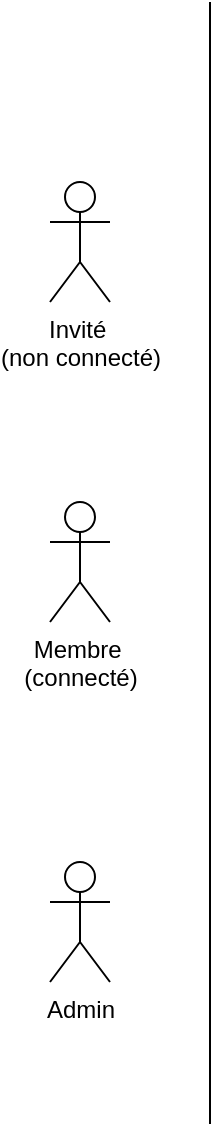
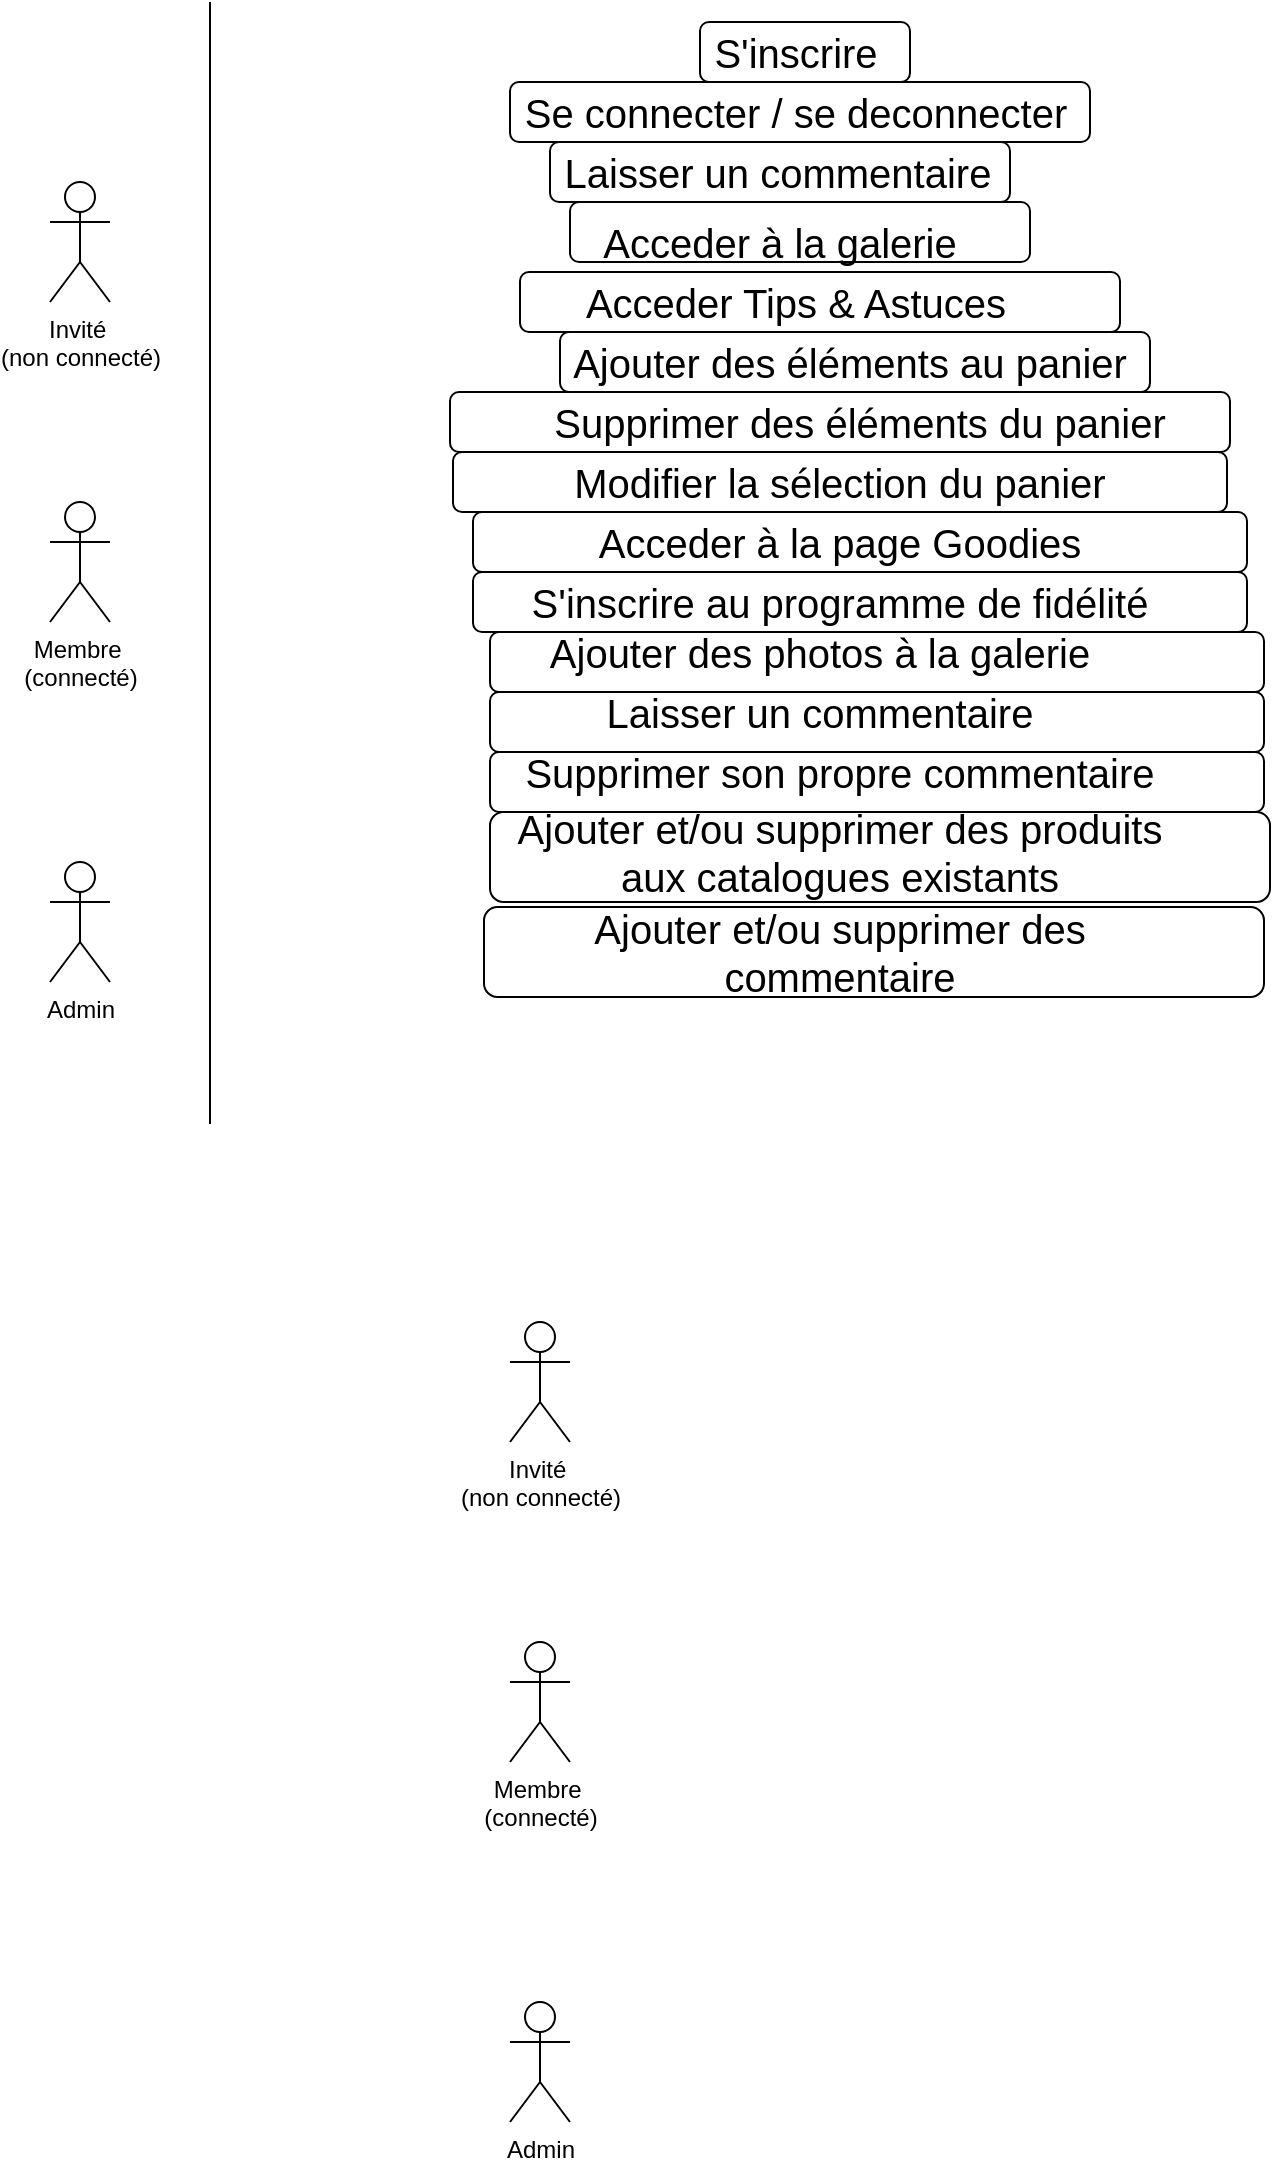
<mxfile host="app.diagrams.net">
  <diagram name="Page-1" id="Pb7PSRYx-VCgsQvfo_fu">
-     <mxGraphModel dx="860" dy="465" grid="1" gridSize="10" guides="1" tooltips="1" connect="1" arrows="1" fold="1" page="1" pageScale="1" pageWidth="827" pageHeight="1169" math="0" shadow="0">
+     <mxGraphModel dx="1075" dy="581" grid="1" gridSize="10" guides="1" tooltips="1" connect="1" arrows="1" fold="1" page="1" pageScale="1" pageWidth="827" pageHeight="1169" math="0" shadow="0">
      <root>
        <mxCell id="0" />
        <mxCell id="1" parent="0" />
+         <mxCell id="BT8QfOYwBnoCNhZSspkT-35" parent="1" style="rounded=1;whiteSpace=wrap;html=1;" value="" vertex="1">
+           <mxGeometry height="45" width="390" x="257" y="652.5" as="geometry" />
+         </mxCell>
+         <mxCell id="BT8QfOYwBnoCNhZSspkT-34" parent="1" style="rounded=1;whiteSpace=wrap;html=1;" value="" vertex="1">
+           <mxGeometry height="45" width="390" x="260" y="605" as="geometry" />
+         </mxCell>
+         <mxCell id="BT8QfOYwBnoCNhZSspkT-33" parent="1" style="rounded=1;whiteSpace=wrap;html=1;" value="" vertex="1">
+           <mxGeometry height="30" width="387" x="260" y="575" as="geometry" />
+         </mxCell>
+         <mxCell id="BT8QfOYwBnoCNhZSspkT-32" parent="1" style="rounded=1;whiteSpace=wrap;html=1;" value="" vertex="1">
+           <mxGeometry height="30" width="387" x="260" y="545" as="geometry" />
+         </mxCell>
+         <mxCell id="BT8QfOYwBnoCNhZSspkT-31" parent="1" style="rounded=1;whiteSpace=wrap;html=1;" value="" vertex="1">
+           <mxGeometry height="30" width="387" x="260" y="515" as="geometry" />
+         </mxCell>
+         <mxCell id="BT8QfOYwBnoCNhZSspkT-30" parent="1" style="rounded=1;whiteSpace=wrap;html=1;" value="" vertex="1">
+           <mxGeometry height="30" width="387" x="251.5" y="485" as="geometry" />
+         </mxCell>
+         <mxCell id="BT8QfOYwBnoCNhZSspkT-29" parent="1" style="rounded=1;whiteSpace=wrap;html=1;" value="" vertex="1">
+           <mxGeometry height="30" width="387" x="251.5" y="455" as="geometry" />
+         </mxCell>
+         <mxCell id="BT8QfOYwBnoCNhZSspkT-28" parent="1" style="rounded=1;whiteSpace=wrap;html=1;" value="" vertex="1">
+           <mxGeometry height="30" width="387" x="241.5" y="425" as="geometry" />
+         </mxCell>
+         <mxCell id="BT8QfOYwBnoCNhZSspkT-27" parent="1" style="rounded=1;whiteSpace=wrap;html=1;" value="" vertex="1">
+           <mxGeometry height="30" width="390" x="240" y="395" as="geometry" />
+         </mxCell>
+         <mxCell id="BT8QfOYwBnoCNhZSspkT-26" parent="1" style="rounded=1;whiteSpace=wrap;html=1;" value="" vertex="1">
+           <mxGeometry height="30" width="295" x="295" y="365" as="geometry" />
+         </mxCell>
+         <mxCell id="BT8QfOYwBnoCNhZSspkT-24" parent="1" style="rounded=1;whiteSpace=wrap;html=1;" value="" vertex="1">
+           <mxGeometry height="30" width="230" x="300" y="300" as="geometry" />
+         </mxCell>
+         <mxCell id="BT8QfOYwBnoCNhZSspkT-7" parent="1" style="text;html=1;whiteSpace=wrap;strokeColor=none;fillColor=none;align=center;verticalAlign=middle;rounded=0;" value="&lt;span style=&quot;font-size: 20px;&quot;&gt;Acceder à la galerie&lt;/span&gt;" vertex="1">
+           <mxGeometry height="30" width="330" x="240" y="305" as="geometry" />
+         </mxCell>
+         <mxCell id="BT8QfOYwBnoCNhZSspkT-25" parent="1" style="rounded=1;whiteSpace=wrap;html=1;" value="" vertex="1">
+           <mxGeometry height="30" width="300" x="275" y="335" as="geometry" />
+         </mxCell>
+         <mxCell id="BT8QfOYwBnoCNhZSspkT-23" parent="1" style="rounded=1;whiteSpace=wrap;html=1;" value="" vertex="1">
+           <mxGeometry height="30" width="230" x="290" y="270" as="geometry" />
+         </mxCell>
+         <mxCell id="BT8QfOYwBnoCNhZSspkT-22" parent="1" style="rounded=1;whiteSpace=wrap;html=1;" value="" vertex="1">
+           <mxGeometry height="30" width="290" x="270" y="240" as="geometry" />
+         </mxCell>
+         <mxCell id="BT8QfOYwBnoCNhZSspkT-21" parent="1" style="rounded=1;whiteSpace=wrap;html=1;" value="" vertex="1">
+           <mxGeometry height="30" width="105" x="365" y="210" as="geometry" />
+         </mxCell>
        <mxCell id="jkcWPqH9YEO6JfAwA3Im-5" parent="1" style="shape=umlActor;verticalLabelPosition=bottom;verticalAlign=top;html=1;outlineConnect=0;" value="Invité&amp;nbsp;&lt;br&gt;(non connecté)" vertex="1">
          <mxGeometry height="60" width="30" x="40" y="290" as="geometry" />
        </mxCell>
        <mxCell id="jkcWPqH9YEO6JfAwA3Im-6" parent="1" style="shape=umlActor;verticalLabelPosition=bottom;verticalAlign=top;html=1;outlineConnect=0;" value="Membre&amp;nbsp;&lt;br&gt;(connecté)" vertex="1">
          <mxGeometry height="60" width="30" x="40" y="450" as="geometry" />
        </mxCell>
        <mxCell id="jkcWPqH9YEO6JfAwA3Im-7" parent="1" style="shape=umlActor;verticalLabelPosition=bottom;verticalAlign=top;html=1;outlineConnect=0;" value="Admin" vertex="1">
          <mxGeometry height="60" width="30" x="40" y="630" as="geometry" />
        </mxCell>
        <mxCell id="jkcWPqH9YEO6JfAwA3Im-8" edge="1" parent="1" style="endArrow=none;html=1;rounded=0;" value="">
          <mxGeometry height="50" relative="1" width="50" as="geometry">
            <mxPoint x="120" y="761" as="sourcePoint" />
            <mxPoint x="120" y="200" as="targetPoint" />
          </mxGeometry>
        </mxCell>
+         <mxCell id="BT8QfOYwBnoCNhZSspkT-1" parent="1" style="text;html=1;whiteSpace=wrap;strokeColor=none;fillColor=none;align=center;verticalAlign=middle;rounded=0;" value="&lt;font style=&quot;font-size: 20px;&quot;&gt;S&#39;inscrire&lt;/font&gt;" vertex="1">
+           <mxGeometry height="30" width="60" x="383" y="210" as="geometry" />
+         </mxCell>
+         <mxCell id="BT8QfOYwBnoCNhZSspkT-2" parent="1" style="shape=umlActor;verticalLabelPosition=bottom;verticalAlign=top;html=1;outlineConnect=0;" value="Invité&amp;nbsp;&lt;br&gt;(non connecté)" vertex="1">
+           <mxGeometry height="60" width="30" x="270" y="860" as="geometry" />
+         </mxCell>
+         <mxCell id="BT8QfOYwBnoCNhZSspkT-3" parent="1" style="shape=umlActor;verticalLabelPosition=bottom;verticalAlign=top;html=1;outlineConnect=0;" value="Membre&amp;nbsp;&lt;br&gt;(connecté)" vertex="1">
+           <mxGeometry height="60" width="30" x="270" y="1020" as="geometry" />
+         </mxCell>
+         <mxCell id="BT8QfOYwBnoCNhZSspkT-4" parent="1" style="shape=umlActor;verticalLabelPosition=bottom;verticalAlign=top;html=1;outlineConnect=0;" value="Admin" vertex="1">
+           <mxGeometry height="60" width="30" x="270" y="1200" as="geometry" />
+         </mxCell>
+         <mxCell id="BT8QfOYwBnoCNhZSspkT-5" parent="1" style="text;html=1;whiteSpace=wrap;strokeColor=none;fillColor=none;align=center;verticalAlign=middle;rounded=0;" value="&lt;font style=&quot;font-size: 20px;&quot;&gt;Se connecter / se deconnecter&lt;/font&gt;" vertex="1">
+           <mxGeometry height="30" width="330" x="248" y="240" as="geometry" />
+         </mxCell>
+         <mxCell id="BT8QfOYwBnoCNhZSspkT-6" parent="1" style="text;html=1;whiteSpace=wrap;strokeColor=none;fillColor=none;align=center;verticalAlign=middle;rounded=0;" value="&lt;font style=&quot;font-size: 20px;&quot;&gt;Laisser un commentaire&lt;/font&gt;" vertex="1">
+           <mxGeometry height="30" width="312" x="248" y="270" as="geometry" />
+         </mxCell>
+         <mxCell id="BT8QfOYwBnoCNhZSspkT-9" parent="1" style="text;html=1;whiteSpace=wrap;strokeColor=none;fillColor=none;align=center;verticalAlign=middle;rounded=0;" value="&lt;font style=&quot;font-size: 20px;&quot;&gt;Acceder Tips &amp;amp; Astuces&lt;/font&gt;" vertex="1">
+           <mxGeometry height="30" width="330" x="248" y="335" as="geometry" />
+         </mxCell>
+         <mxCell id="BT8QfOYwBnoCNhZSspkT-10" parent="1" style="text;html=1;whiteSpace=wrap;strokeColor=none;fillColor=none;align=center;verticalAlign=middle;rounded=0;" value="&lt;font style=&quot;font-size: 20px;&quot;&gt;Ajouter des éléments au panier&lt;/font&gt;" vertex="1">
+           <mxGeometry height="30" width="330" x="275" y="365" as="geometry" />
+         </mxCell>
+         <mxCell id="BT8QfOYwBnoCNhZSspkT-11" parent="1" style="text;html=1;whiteSpace=wrap;strokeColor=none;fillColor=none;align=center;verticalAlign=middle;rounded=0;" value="&lt;font style=&quot;font-size: 20px;&quot;&gt;Supprimer des éléments du panier&lt;/font&gt;" vertex="1">
+           <mxGeometry height="30" width="330" x="280" y="395" as="geometry" />
+         </mxCell>
+         <mxCell id="BT8QfOYwBnoCNhZSspkT-12" parent="1" style="text;html=1;whiteSpace=wrap;strokeColor=none;fillColor=none;align=center;verticalAlign=middle;rounded=0;" value="&lt;font style=&quot;font-size: 20px;&quot;&gt;Modifier la sélection du panier&lt;/font&gt;" vertex="1">
+           <mxGeometry height="30" width="330" x="270" y="425" as="geometry" />
+         </mxCell>
+         <mxCell id="BT8QfOYwBnoCNhZSspkT-13" parent="1" style="text;html=1;whiteSpace=wrap;strokeColor=none;fillColor=none;align=center;verticalAlign=middle;rounded=0;" value="&lt;font style=&quot;font-size: 20px;&quot;&gt;Acceder à la page Goodies&lt;/font&gt;" vertex="1">
+           <mxGeometry height="30" width="330" x="270" y="455" as="geometry" />
+         </mxCell>
+         <mxCell id="BT8QfOYwBnoCNhZSspkT-14" parent="1" style="text;html=1;whiteSpace=wrap;strokeColor=none;fillColor=none;align=center;verticalAlign=middle;rounded=0;" value="&lt;font style=&quot;font-size: 20px;&quot;&gt;S&#39;inscrire au programme de fidélité&lt;/font&gt;" vertex="1">
+           <mxGeometry height="30" width="330" x="270" y="485" as="geometry" />
+         </mxCell>
+         <mxCell id="BT8QfOYwBnoCNhZSspkT-15" parent="1" style="text;html=1;whiteSpace=wrap;strokeColor=none;fillColor=none;align=center;verticalAlign=middle;rounded=0;" value="&lt;font style=&quot;font-size: 20px;&quot;&gt;Ajouter des photos à la galerie&lt;/font&gt;" vertex="1">
+           <mxGeometry height="30" width="330" x="260" y="510" as="geometry" />
+         </mxCell>
+         <mxCell id="BT8QfOYwBnoCNhZSspkT-16" parent="1" style="text;html=1;whiteSpace=wrap;strokeColor=none;fillColor=none;align=center;verticalAlign=middle;rounded=0;" value="&lt;font style=&quot;font-size: 20px;&quot;&gt;Ajouter et/ou supprimer des produits aux catalogues existants&lt;/font&gt;" vertex="1">
+           <mxGeometry height="30" width="330" x="270" y="610" as="geometry" />
+         </mxCell>
+         <mxCell id="BT8QfOYwBnoCNhZSspkT-17" parent="1" style="text;html=1;whiteSpace=wrap;strokeColor=none;fillColor=none;align=center;verticalAlign=middle;rounded=0;" value="&lt;font style=&quot;font-size: 20px;&quot;&gt;Ajouter et/ou supprimer des commentaire&lt;/font&gt;" vertex="1">
+           <mxGeometry height="30" width="330" x="270" y="660" as="geometry" />
+         </mxCell>
+         <mxCell id="BT8QfOYwBnoCNhZSspkT-18" parent="1" style="text;html=1;whiteSpace=wrap;strokeColor=none;fillColor=none;align=center;verticalAlign=middle;rounded=0;" value="&lt;font style=&quot;font-size: 20px;&quot;&gt;Laisser un commentaire&lt;/font&gt;" vertex="1">
+           <mxGeometry height="30" width="330" x="260" y="540" as="geometry" />
+         </mxCell>
+         <mxCell id="BT8QfOYwBnoCNhZSspkT-19" parent="1" style="text;html=1;whiteSpace=wrap;strokeColor=none;fillColor=none;align=center;verticalAlign=middle;rounded=0;" value="&lt;span style=&quot;font-size: 20px;&quot;&gt;Supprimer son propre commentaire&lt;/span&gt;" vertex="1">
+           <mxGeometry height="30" width="330" x="270" y="570" as="geometry" />
+         </mxCell>
      </root>
    </mxGraphModel>
  </diagram>
</mxfile>
